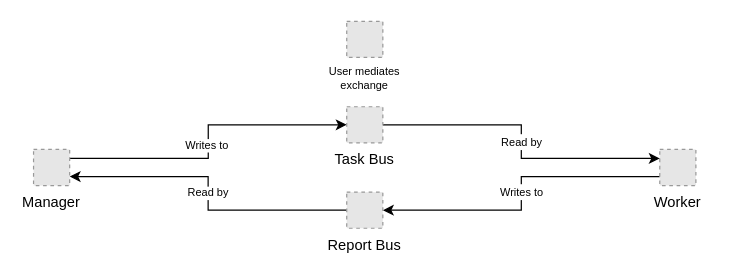
Before: diagrams/framework-design/message-bus.drawio in sdi2200262/bsc-apm-thesis, a draw.io diagram. Source tidied: cells renumbered, new cells numbered last; positions are measured from the earlier drawing's top-left corner, leaving out a move shared by most shapes. Both pictures are drawn from the tidied source at 122%, with x=0, y=0 at pixel (33, 21). Pictures stored in the file or linked from it are replaced by grey dashed boxes.
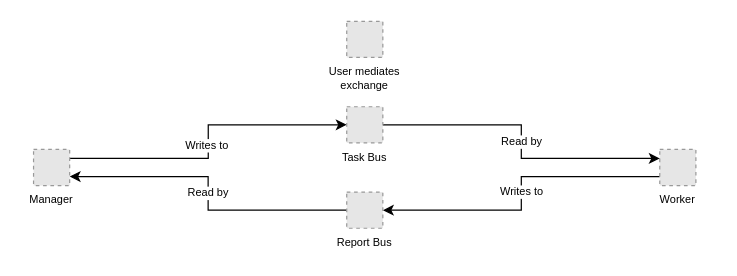
The same diagram, later.

The edit, as a diff of the source:
```diff
@@
 <mxGraphModel>
   <root>
     <mxCell id="0" />
     <mxCell id="1" parent="0" />
-    <mxCell id="2" style="group;" parent="1" vertex="1">
+    <mxCell id="2" style="group;fontSize=9;" parent="1" vertex="1">
       <mxGeometry width="560" height="170" as="geometry" />
     </mxCell>
     <mxCell id="3" value="User mediates&#10;exchange" style="fillColor=#E6E6E6;strokeColor=#999999;dashed=1;verticalLabelPosition=bottom;labelBackgroundColor=default;verticalAlign=top;fontSize=9;" parent="2" vertex="1">
       <mxGeometry x="256.7" width="29.6" height="29.6" as="geometry" />
     </mxCell>
-    <mxCell id="4" style="rounded=0;jettySize=auto;html=1;exitX=1;exitY=0.25;exitDx=0;exitDy=0;entryX=0;entryY=0.5;entryDx=0;entryDy=0;edgeStyle=orthogonalEdgeStyle;" parent="2" edge="1" source="6" target="12">
+    <mxCell id="4" style="rounded=0;jettySize=auto;html=1;exitX=1;exitY=0.25;exitDx=0;exitDy=0;entryX=0;entryY=0.5;entryDx=0;entryDy=0;edgeStyle=orthogonalEdgeStyle;fontSize=9;" parent="2" edge="1" source="6" target="12">
       <mxGeometry relative="1" as="geometry" />
     </mxCell>
     <mxCell id="5" value="Writes to" style="edgeLabel;html=1;align=center;verticalAlign=middle;fontSize=9;" parent="4" vertex="1">
       <mxGeometry x="0.04" y="2" relative="1" as="geometry">
         <mxPoint y="7" as="offset" />
       </mxGeometry>
     </mxCell>
-    <mxCell id="6" value="Manager" style="fillColor=#E6E6E6;strokeColor=#999999;dashed=1;verticalLabelPosition=bottom;labelBackgroundColor=default;verticalAlign=top;" parent="2" vertex="1">
+    <mxCell id="6" value="Manager" style="fillColor=#E6E6E6;strokeColor=#999999;dashed=1;verticalLabelPosition=bottom;labelBackgroundColor=default;verticalAlign=top;fontSize=9;" parent="2" vertex="1">
       <mxGeometry y="105" width="29.6" height="29.6" as="geometry" />
     </mxCell>
-    <mxCell id="7" style="edgeStyle=orthogonalEdgeStyle;rounded=0;jettySize=auto;html=1;exitX=0;exitY=0.75;exitDx=0;exitDy=0;entryX=1;entryY=0.5;entryDx=0;entryDy=0;" parent="2" edge="1" source="9" target="15">
+    <mxCell id="7" style="edgeStyle=orthogonalEdgeStyle;rounded=0;jettySize=auto;html=1;exitX=0;exitY=0.75;exitDx=0;exitDy=0;entryX=1;entryY=0.5;entryDx=0;entryDy=0;fontSize=9;" parent="2" edge="1" source="9" target="15">
       <mxGeometry relative="1" as="geometry" />
     </mxCell>
-    <mxCell id="8" value="&lt;font style=&quot;font-size: 9px;&quot;&gt;Writes to&lt;/font&gt;" style="edgeLabel;html=1;align=center;verticalAlign=middle;" parent="7" vertex="1">
+    <mxCell id="8" value="&lt;font&gt;Writes to&lt;/font&gt;" style="edgeLabel;html=1;align=center;verticalAlign=middle;fontSize=9;" parent="7" vertex="1">
       <mxGeometry x="-0.01" relative="1" as="geometry" />
     </mxCell>
-    <mxCell id="9" value="Worker" style="fillColor=#E6E6E6;strokeColor=#999999;dashed=1;verticalLabelPosition=bottom;labelBackgroundColor=default;verticalAlign=top;" parent="2" vertex="1">
+    <mxCell id="9" value="Worker" style="fillColor=#E6E6E6;strokeColor=#999999;dashed=1;verticalLabelPosition=bottom;labelBackgroundColor=default;verticalAlign=top;fontSize=9;" parent="2" vertex="1">
       <mxGeometry x="513.3" y="105" width="29.6" height="29.6" as="geometry" />
     </mxCell>
-    <mxCell id="10" style="edgeStyle=orthogonalEdgeStyle;rounded=0;jettySize=auto;html=1;exitX=1;exitY=0.5;exitDx=0;exitDy=0;entryX=0;entryY=0.25;entryDx=0;entryDy=0;" parent="2" edge="1" source="12" target="9">
+    <mxCell id="10" style="edgeStyle=orthogonalEdgeStyle;rounded=0;jettySize=auto;html=1;exitX=1;exitY=0.5;exitDx=0;exitDy=0;entryX=0;entryY=0.25;entryDx=0;entryDy=0;fontSize=9;" parent="2" edge="1" source="12" target="9">
       <mxGeometry relative="1" as="geometry" />
     </mxCell>
-    <mxCell id="11" value="&lt;font style=&quot;font-size: 9px;&quot;&gt;Read by&lt;/font&gt;" style="edgeLabel;html=1;align=center;verticalAlign=middle;" parent="10" vertex="1">
+    <mxCell id="11" value="&lt;font&gt;Read by&lt;/font&gt;" style="edgeLabel;html=1;align=center;verticalAlign=middle;fontSize=9;" parent="10" vertex="1">
       <mxGeometry x="0.04" relative="1" as="geometry">
         <mxPoint y="-5" as="offset" />
       </mxGeometry>
     </mxCell>
-    <mxCell id="12" value="Task Bus" style="fillColor=#E6E6E6;strokeColor=#999999;dashed=1;verticalLabelPosition=bottom;labelBackgroundColor=default;verticalAlign=top;" parent="2" vertex="1">
+    <mxCell id="12" value="Task Bus" style="fillColor=#E6E6E6;strokeColor=#999999;dashed=1;verticalLabelPosition=bottom;labelBackgroundColor=default;verticalAlign=top;fontSize=9;" parent="2" vertex="1">
       <mxGeometry x="256.7" y="70" width="29.6" height="29.6" as="geometry" />
     </mxCell>
-    <mxCell id="13" style="edgeStyle=orthogonalEdgeStyle;rounded=0;jettySize=auto;html=1;exitX=0;exitY=0.5;exitDx=0;exitDy=0;entryX=1;entryY=0.75;entryDx=0;entryDy=0;" parent="2" edge="1" source="15" target="6">
+    <mxCell id="13" style="edgeStyle=orthogonalEdgeStyle;rounded=0;jettySize=auto;html=1;exitX=0;exitY=0.5;exitDx=0;exitDy=0;entryX=1;entryY=0.75;entryDx=0;entryDy=0;fontSize=9;" parent="2" edge="1" source="15" target="6">
       <mxGeometry relative="1" as="geometry" />
     </mxCell>
     <mxCell id="14" value="Read by" style="edgeLabel;html=1;align=center;verticalAlign=middle;fontSize=9;" parent="13" vertex="1">
       <mxGeometry x="0.04" y="1" relative="1" as="geometry">
         <mxPoint y="4" as="offset" />
       </mxGeometry>
     </mxCell>
-    <mxCell id="15" value="Report Bus" style="fillColor=#E6E6E6;strokeColor=#999999;dashed=1;verticalLabelPosition=bottom;labelBackgroundColor=default;verticalAlign=top;" parent="2" vertex="1">
+    <mxCell id="15" value="Report Bus" style="fillColor=#E6E6E6;strokeColor=#999999;dashed=1;verticalLabelPosition=bottom;labelBackgroundColor=default;verticalAlign=top;fontSize=9;" parent="2" vertex="1">
       <mxGeometry x="256.7" y="140" width="29.6" height="29.6" as="geometry" />
     </mxCell>
   </root>
 </mxGraphModel>
```
